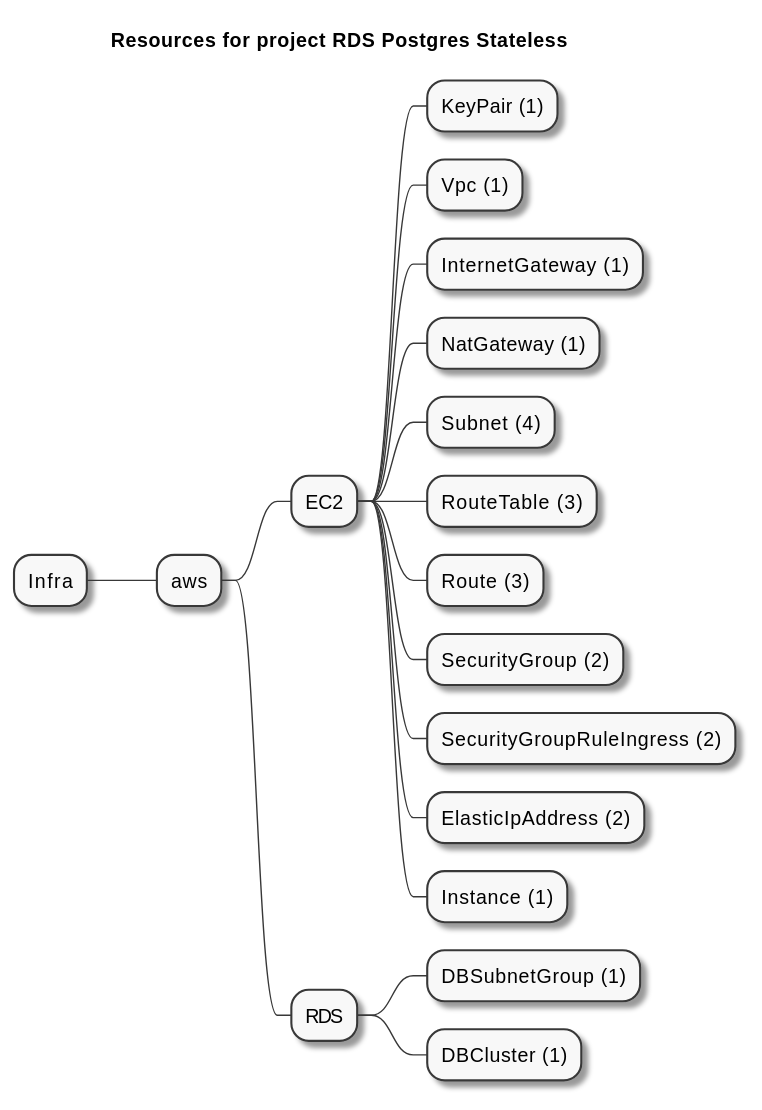
The PlantUML diagram examples/aws/rds/postgres-stateless/artifacts/resources-mindmap.svg in grucloud/grucloud, before a commit.
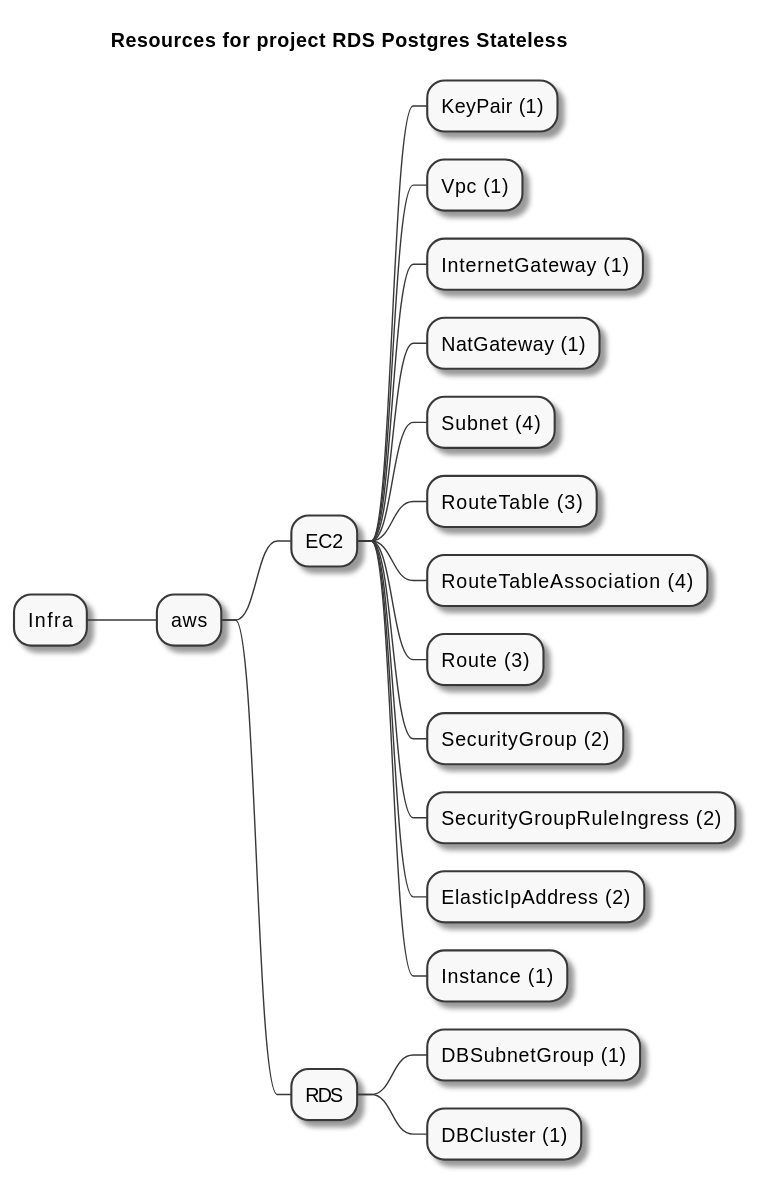
The same file after the commit.

Change to the diagram source:
```diff
@@ -10,6 +10,7 @@
 ++++ NatGateway (1)
 ++++ Subnet (4)
 ++++ RouteTable (3)
+++++ RouteTableAssociation (4)
 ++++ Route (3)
 ++++ SecurityGroup (2)
 ++++ SecurityGroupRuleIngress (2)
```
